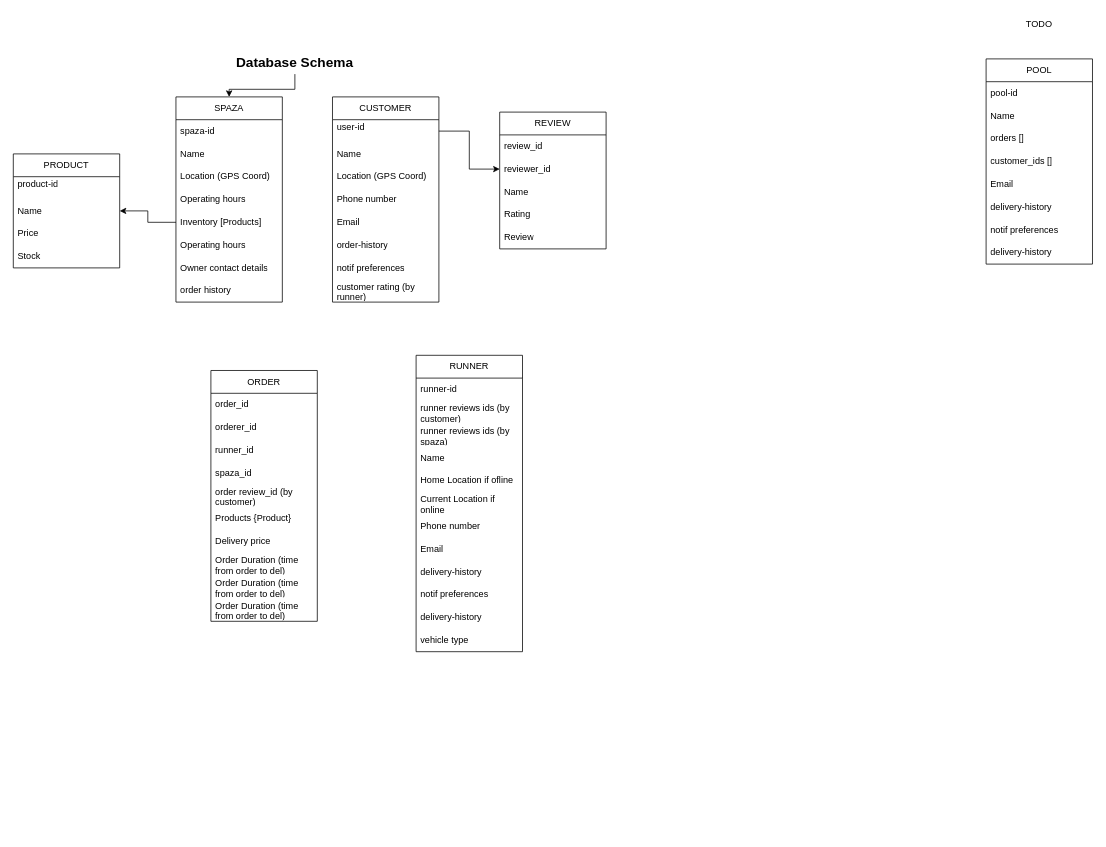
Before: architectural-design.drawio in elviscgn/ElimuServer, a draw.io diagram. Source tidied: cells renumbered, new cells numbered last; positions are measured from the earlier drawing's top-left corner, leaving out a move shared by most shapes. Both pictures are drawn from the tidied source at 76%, with x=0, y=0 at pixel (13, 13).
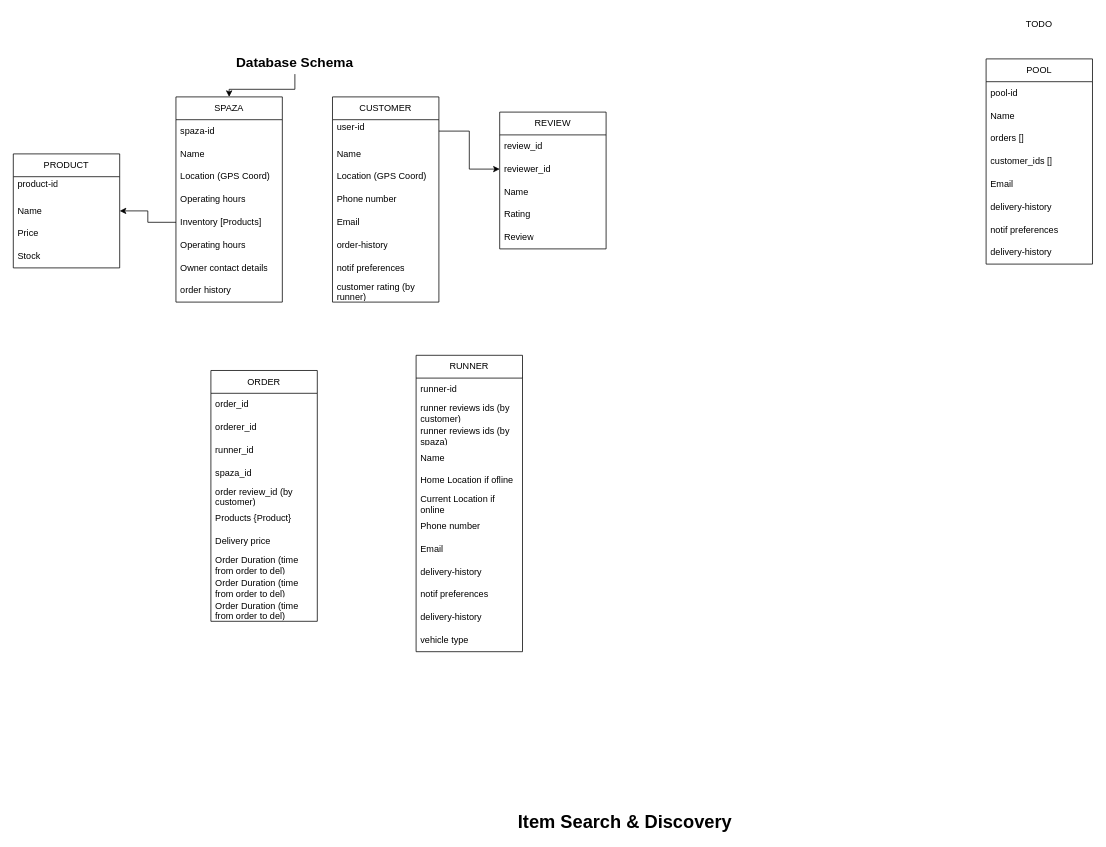
The same diagram, later.

Diff of the diagram source:
```diff
@@
+    <mxCell id="69" value="&lt;b&gt;&lt;font style=&quot;font-size: 24px;&quot;&gt;Item Search &amp;amp; Discovery&lt;/font&gt;&lt;/b&gt;" style="text;html=1;whiteSpace=wrap;strokeColor=none;fillColor=none;align=center;verticalAlign=middle;rounded=0;" parent="1" vertex="1">
+      <mxGeometry x="540" y="1050" width="530" height="30" as="geometry" />
+    </mxCell>
```
